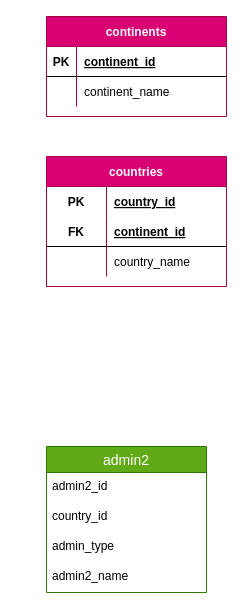
Before: page "model" (2 of 2) of mundo_ER.drawio in r3card0/mundo-octo-potato, a draw.io diagram. Source tidied: cells renumbered, new cells numbered last; positions are measured from the earlier drawing's top-left corner, leaving out a move shared by most shapes. Both pictures are drawn from the tidied source at 100%, with x=0, y=0 at pixel (46, 16).
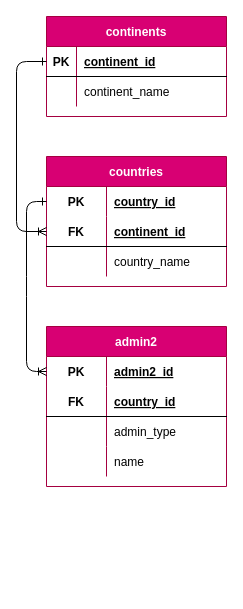
The same diagram, later.

Commit message:
admin2 model added

Unchanged cells that the change refers to:
```xml
<mxCell id="3" style="shape=partialRectangle;fillColor=none;top=0;left=0;bottom=1;right=0;points=[[0,0.5],[1,0.5]];portConstraint=eastwest;" parent="2" vertex="1">
  <mxGeometry y="30" width="180" height="30" as="geometry" />
</mxCell>
<mxCell id="15" style="shape=partialRectangle;fillColor=none;top=0;left=0;bottom=0;right=0;points=[[0,0.5],[1,0.5]];portConstraint=eastwest;" parent="14" vertex="1">
  <mxGeometry y="30" width="180" height="30" as="geometry" />
</mxCell>
<mxCell id="18" style="shape=partialRectangle;fillColor=none;top=0;left=0;bottom=1;right=0;points=[[0,0.5],[1,0.5]];portConstraint=eastwest;" parent="14" vertex="1">
  <mxGeometry y="60" width="180" height="30" as="geometry" />
</mxCell>
```

Diff of the diagram source:
```diff
@@
-    <mxCell id="9" value="admin2" style="swimlane;fontStyle=0;horizontal=1;startSize=26;align=center;fontSize=14;fillColor=#60a917;fontColor=#ffffff;strokeColor=#2D7600;" parent="1" vertex="1">
-      <mxGeometry y="430" width="160" height="146" as="geometry" />
-    </mxCell>
-    <mxCell id="10" value="admin2_id" style="text;strokeColor=none;fillColor=none;spacingLeft=4;spacingRight=4;overflow=hidden;fontSize=12;" parent="9" vertex="1">
-      <mxGeometry y="26" width="160" height="30" as="geometry" />
-    </mxCell>
-    <mxCell id="11" value="country_id" style="text;strokeColor=none;fillColor=none;spacingLeft=4;spacingRight=4;overflow=hidden;fontSize=12;" parent="9" vertex="1">
-      <mxGeometry y="56" width="160" height="30" as="geometry" />
-    </mxCell>
-    <mxCell id="12" value="admin_type" style="text;strokeColor=none;fillColor=none;spacingLeft=4;spacingRight=4;overflow=hidden;fontSize=12;" parent="9" vertex="1">
-      <mxGeometry y="86" width="160" height="30" as="geometry" />
-    </mxCell>
-    <mxCell id="13" value="admin2_name" style="text;strokeColor=none;fillColor=none;spacingLeft=4;spacingRight=4;overflow=hidden;fontSize=12;" parent="9" vertex="1">
-      <mxGeometry y="116" width="160" height="30" as="geometry" />
-    </mxCell>
@@
+    <mxCell id="9" value="admin2" style="shape=table;startSize=30;childLayout=tableLayout;rowLines=0;fontStyle=1;align=center;fillColor=#d80073;fontColor=#ffffff;strokeColor=#A50040;" parent="1" vertex="1">
+      <mxGeometry y="310" width="180" height="160" as="geometry" />
+    </mxCell>
+    <mxCell id="24" style="shape=partialRectangle;fillColor=none;top=0;left=0;bottom=0;right=0;points=[[0,0.5],[1,0.5]];portConstraint=eastwest;" parent="9" vertex="1">
+      <mxGeometry y="30" width="180" height="30" as="geometry" />
+    </mxCell>
+    <mxCell id="25" value="PK" style="shape=partialRectangle;fillColor=none;top=0;left=0;bottom=0;right=0;fontStyle=1;overflow=hidden;" parent="24" vertex="1">
+      <mxGeometry width="60" height="30" as="geometry" />
+    </mxCell>
+    <mxCell id="10" value="admin2_id" style="shape=partialRectangle;fillColor=none;top=0;left=0;bottom=0;right=0;align=left;spacingLeft=6;fontStyle=5;overflow=hidden;" parent="24" vertex="1">
+      <mxGeometry x="60" width="120" height="30" as="geometry" />
+    </mxCell>
+    <mxCell id="26" style="shape=partialRectangle;fillColor=none;top=0;left=0;bottom=1;right=0;" parent="9" vertex="1">
+      <mxGeometry y="60" width="180" height="30" as="geometry" />
+    </mxCell>
+    <mxCell id="27" value="FK" style="shape=partialRectangle;fillColor=none;top=0;left=0;bottom=0;right=0;fontStyle=1;overflow=hidden;" parent="26" vertex="1">
+      <mxGeometry width="60" height="30" as="geometry" />
+    </mxCell>
+    <mxCell id="11" value="country_id" style="shape=partialRectangle;fillColor=none;top=0;left=0;bottom=0;right=0;align=left;spacingLeft=6;fontStyle=5;overflow=hidden;" parent="26" vertex="1">
+      <mxGeometry x="60" width="120" height="30" as="geometry" />
+    </mxCell>
+    <mxCell id="28" style="shape=partialRectangle;fillColor=none;top=0;left=0;bottom=0;right=0;" parent="9" vertex="1">
+      <mxGeometry y="90" width="180" height="30" as="geometry" />
+    </mxCell>
+    <mxCell id="29" style="shape=partialRectangle;fillColor=none;top=0;left=0;bottom=0;right=0;overflow=hidden;" parent="28" vertex="1">
+      <mxGeometry width="60" height="30" as="geometry" />
+    </mxCell>
+    <mxCell id="12" value="admin_type" style="shape=partialRectangle;fillColor=none;top=0;left=0;bottom=0;right=0;align=left;spacingLeft=6;overflow=hidden;" parent="28" vertex="1">
+      <mxGeometry x="60" width="120" height="30" as="geometry" />
+    </mxCell>
+    <mxCell id="30" style="shape=partialRectangle;fillColor=none;top=0;left=0;bottom=0;right=0;" parent="9" vertex="1">
+      <mxGeometry y="120" width="180" height="30" as="geometry" />
+    </mxCell>
+    <mxCell id="31" style="shape=partialRectangle;fillColor=none;top=0;left=0;bottom=0;right=0;overflow=hidden;" parent="30" vertex="1">
+      <mxGeometry width="60" height="30" as="geometry" />
+    </mxCell>
+    <mxCell id="32" value="name" style="shape=partialRectangle;fillColor=none;top=0;left=0;bottom=0;right=0;align=left;spacingLeft=6;overflow=hidden;" parent="30" vertex="1">
+      <mxGeometry x="60" width="120" height="30" as="geometry" />
+    </mxCell>
+    <mxCell id="33" style="edgeStyle=none;html=1;entryX=0;entryY=0.5;entryDx=0;entryDy=0;exitX=0;exitY=0.5;exitDx=0;exitDy=0;startArrow=ERone;startFill=0;endArrow=ERoneToMany;endFill=0;" parent="1" edge="1" source="3" target="18">
+      <mxGeometry relative="1" as="geometry">
+        <Array as="points">
+          <mxPoint x="-30" y="45" />
+          <mxPoint x="-30" y="215" />
+        </Array>
+      </mxGeometry>
+    </mxCell>
+    <mxCell id="34" style="edgeStyle=none;html=1;entryX=0;entryY=0.5;entryDx=0;entryDy=0;startArrow=ERone;startFill=0;endArrow=ERoneToMany;endFill=0;exitX=0;exitY=0.5;exitDx=0;exitDy=0;" parent="1" edge="1" source="15" target="24">
+      <mxGeometry relative="1" as="geometry">
+        <Array as="points">
+          <mxPoint x="-20" y="185" />
+          <mxPoint x="-20" y="270" />
+          <mxPoint x="-20" y="355" />
+        </Array>
+      </mxGeometry>
+    </mxCell>
```
